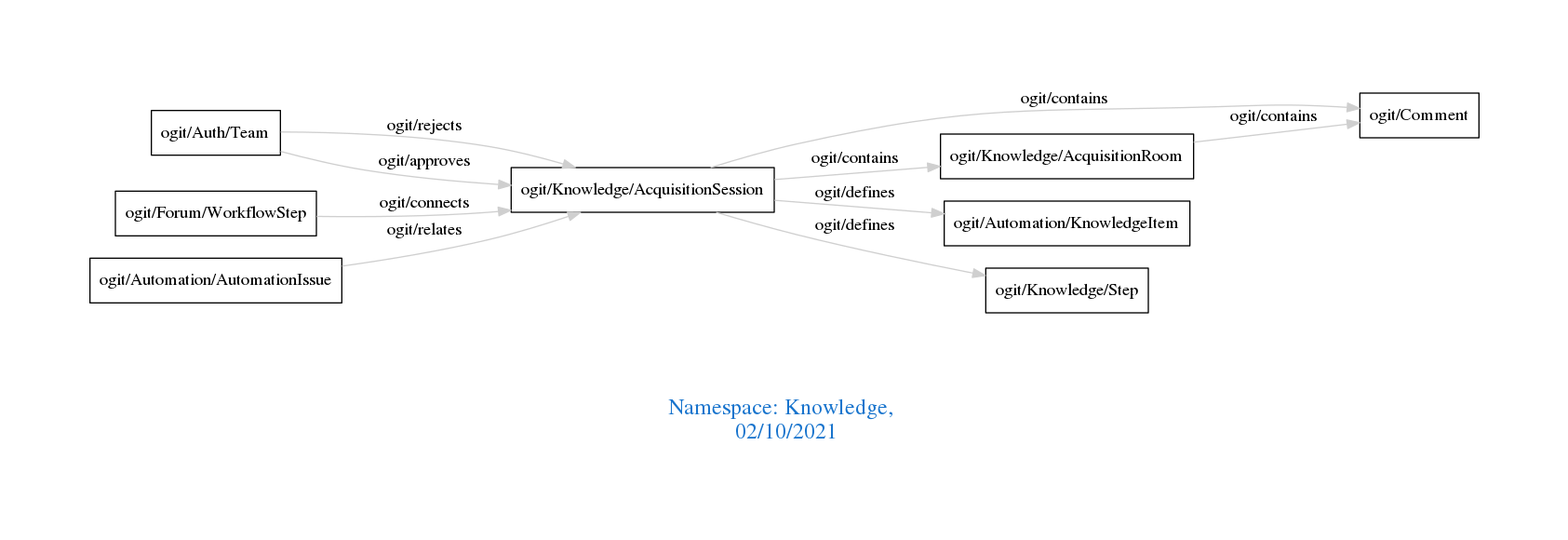
Above: downloads/Knowledge.png in arago/OGIT (Graphviz), before the change. Its source is kept beside it as downloads/Knowledge.dot.
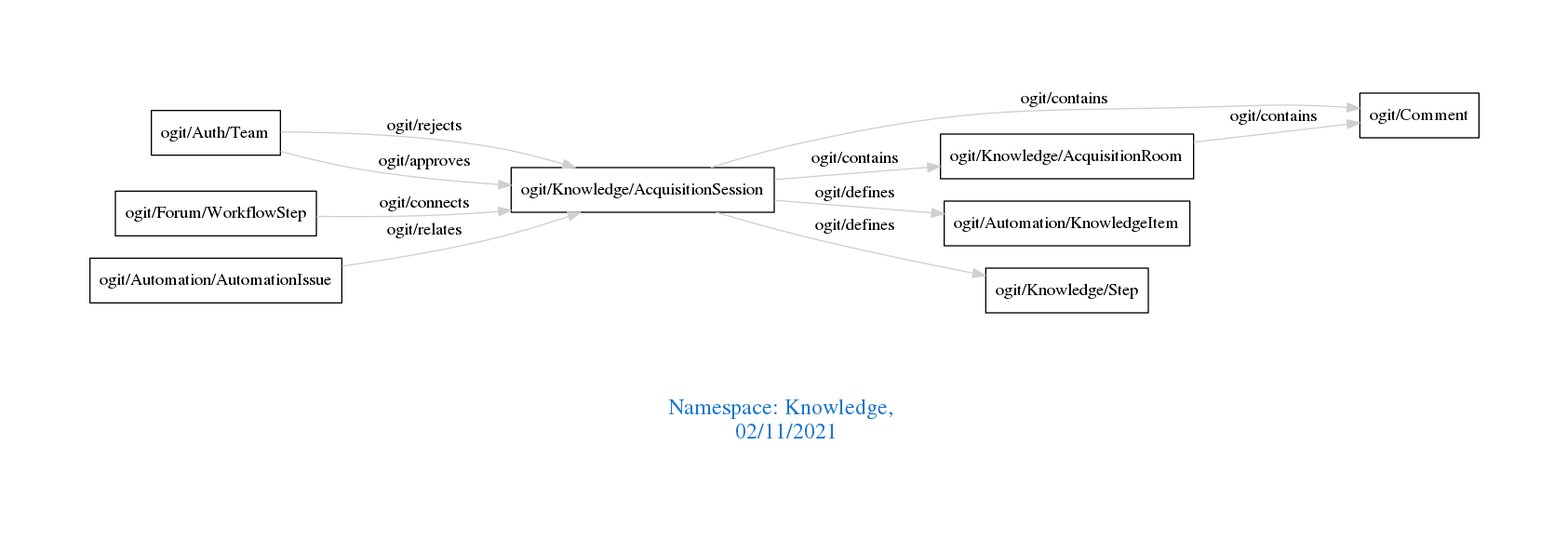
Above is the later version.

What changed in the source:
```diff
@@ -1,7 +1,7 @@
 digraph OGIT_ontology {
  graph [ rankdir= LR,pad=1
 fontsize = 18,
-fontcolor= dodgerblue3,label = "\n\n\nNamespace: Knowledge, \n 02/10/2021"];
+fontcolor= dodgerblue3,label = "\n\n\nNamespace: Knowledge, \n 02/11/2021"];
 node[shape=polygon];
 edge [  color="gray81"];
 
```
